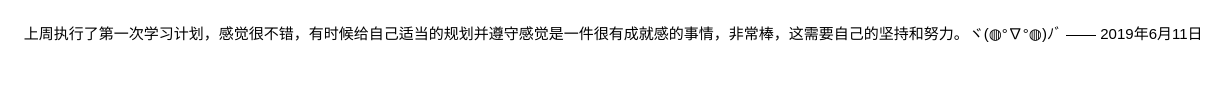
adnabb/Hello-World keeps this draw.io diagram as page "Page-1" (1 of 2) of Untitled Diagram.drawio. Above is the earlier version. Source tidied: cells renumbered, new cells numbered last; positions are measured from the earlier drawing's top-left corner, leaving out a move shared by most shapes. Both pictures are drawn from the tidied source at 125%, with x=0, y=0 at pixel (21, 21).
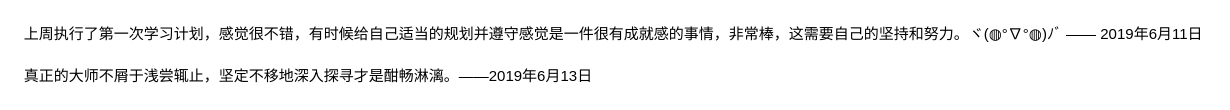
The same diagram, later.

Diff of the diagram source:
```diff
@@
 <mxGraphModel>
   <root>
     <mxCell id="0" />
     <mxCell id="1" parent="0" />
     <mxCell id="2" value="上周执行了第一次学习计划，感觉很不错，有时候给自己适当的规划并遵守感觉是一件很有成就感的事情，非常棒，这需要自己的坚持和努力。ヾ(◍°∇°◍)ﾉﾞ —— 2019年6月11日" style="text;html=1;align=left;verticalAlign=top;spacingTop=-4;" parent="1" vertex="1">
       <mxGeometry width="950" height="20" as="geometry" />
     </mxCell>
+    <mxCell id="3" value="真正的大师不屑于浅尝辄止，坚定不移地深入探寻才是酣畅淋漓。——2019年6月13日" style="text;html=1;align=left;verticalAlign=top;spacingTop=-4;" parent="1" vertex="1">
+      <mxGeometry y="34" width="470" height="20" as="geometry" />
+    </mxCell>
   </root>
 </mxGraphModel>
```
